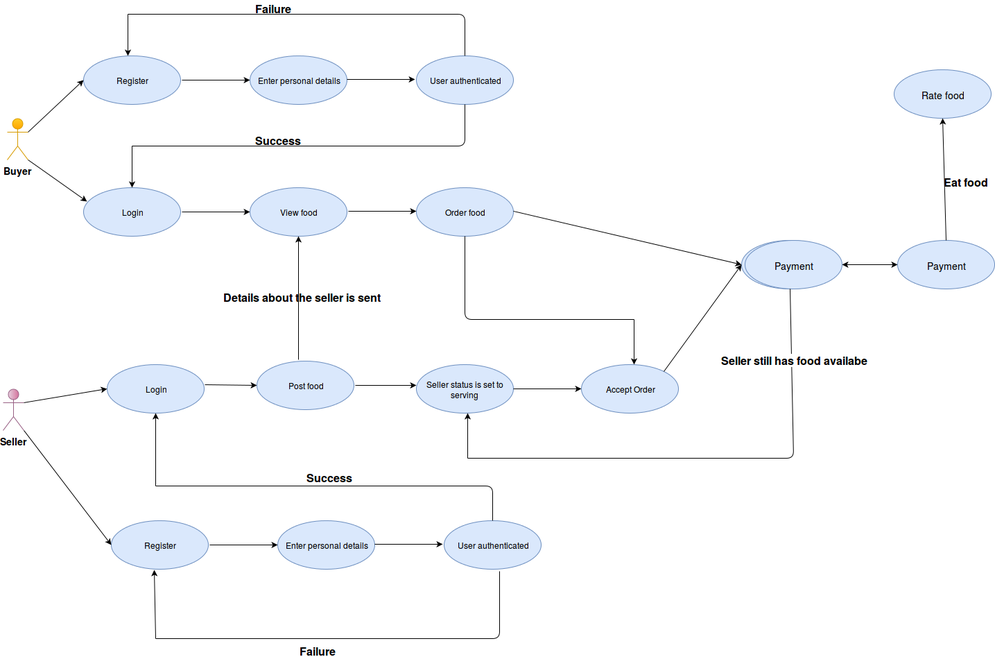
thandomy/foodie keeps this draw.io diagram as Use case.png. Above is the earlier version. Source tidied: cells renumbered, new cells last; positions are measured from the earlier drawing's top-left corner, leaving out a move shared by most shapes.
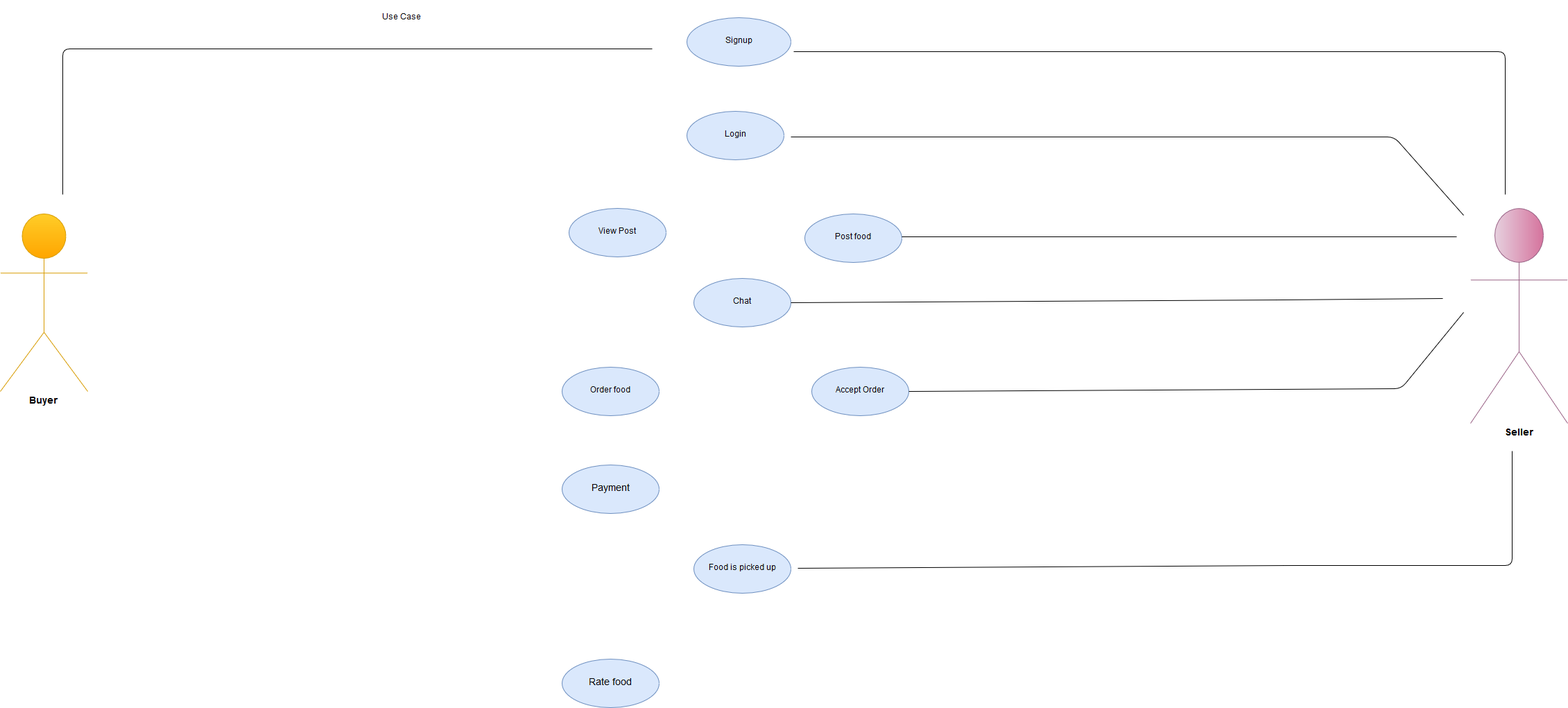
After the change.

Change to the diagram source:
```diff
@@ -3,252 +3,103 @@
     <mxCell id="0" />
     <mxCell id="1" parent="0" />
     <mxCell id="2" value="Buyer" style="shape=umlActor;verticalLabelPosition=bottom;labelBackgroundColor=#ffffff;verticalAlign=top;html=1;fontSize=14;fontStyle=1;fillColor=#ffcd28;strokeColor=#d79b00;gradientColor=#ffa500;" parent="1" vertex="1">
-      <mxGeometry x="6" y="170" width="30" height="60" as="geometry" />
+      <mxGeometry x="-330" y="218" width="126" height="256" as="geometry" />
     </mxCell>
-    <mxCell id="3" value="Seller" style="shape=umlActor;verticalLabelPosition=bottom;labelBackgroundColor=#ffffff;verticalAlign=top;html=1;fontSize=14;fontStyle=1;fillColor=#e6d0de;strokeColor=#996185;gradientColor=#d5739d;gradientDirection=east;" parent="1" vertex="1">
-      <mxGeometry y="560" width="30" height="60" as="geometry" />
-    </mxCell>
-    <mxCell id="4" value="Register" style="ellipse;whiteSpace=wrap;html=1;fillColor=#dae8fc;strokeColor=#6c8ebf;" parent="1" vertex="1">
-      <mxGeometry x="116" y="80" width="140" height="70" as="geometry" />
-    </mxCell>
-    <mxCell id="5" value="Enter personal details" style="ellipse;whiteSpace=wrap;html=1;fillColor=#dae8fc;strokeColor=#6c8ebf;" parent="1" vertex="1">
-      <mxGeometry x="356" y="80" width="140" height="70" as="geometry" />
-    </mxCell>
-    <mxCell id="6" value="User authenticated" style="ellipse;whiteSpace=wrap;html=1;fillColor=#dae8fc;strokeColor=#6c8ebf;" parent="1" vertex="1">
-      <mxGeometry x="596" y="80" width="140" height="70" as="geometry" />
-    </mxCell>
-    <mxCell id="7" value="Login" style="ellipse;whiteSpace=wrap;html=1;fillColor=#dae8fc;strokeColor=#6c8ebf;" parent="1" vertex="1">
-      <mxGeometry x="116" y="270" width="140" height="70" as="geometry" />
-    </mxCell>
-    <mxCell id="8" value="View food" style="ellipse;whiteSpace=wrap;html=1;fillColor=#dae8fc;strokeColor=#6c8ebf;" parent="1" vertex="1">
-      <mxGeometry x="356" y="270" width="140" height="70" as="geometry" />
-    </mxCell>
     <mxCell id="9" value="Order food" style="ellipse;whiteSpace=wrap;html=1;fillColor=#dae8fc;strokeColor=#6c8ebf;" parent="1" vertex="1">
-      <mxGeometry x="596" y="270" width="140" height="70" as="geometry" />
+      <mxGeometry x="480" y="439" width="140" height="70" as="geometry" />
     </mxCell>
-    <mxCell id="10" style="endArrow=classic;html=1;entryX=0;entryY=0.5;" parent="1" edge="1" target="5">
-      <mxGeometry relative="1" as="geometry">
-        <mxPoint x="258" y="115" as="sourcePoint" />
-      </mxGeometry>
-    </mxCell>
-    <mxCell id="11" style="endArrow=classic;html=1;entryX=0;entryY=0.5;" parent="1" edge="1">
-      <mxGeometry relative="1" as="geometry">
-        <mxPoint x="496" y="114" as="sourcePoint" />
-        <mxPoint x="594" y="114" as="targetPoint" />
-      </mxGeometry>
-    </mxCell>
-    <mxCell id="12" style="endArrow=classic;html=1;entryX=0;entryY=0.5;" parent="1" edge="1">
-      <mxGeometry relative="1" as="geometry">
-        <mxPoint x="258" y="305" as="sourcePoint" />
-        <mxPoint x="356" y="305" as="targetPoint" />
-        <Array as="points">
-          <mxPoint x="306" y="305" />
-        </Array>
-      </mxGeometry>
-    </mxCell>
-    <mxCell id="13" style="endArrow=classic;html=1;entryX=0.036;entryY=0.286;exitX=1;exitY=1;exitPerimeter=0;entryPerimeter=0;" parent="1" edge="1" source="2" target="7">
-      <mxGeometry relative="1" as="geometry" />
-    </mxCell>
-    <mxCell id="14" style="endArrow=classic;html=1;entryX=0;entryY=0.5;exitX=1;exitY=0.3333333333333333;exitPerimeter=0;" parent="1" edge="1" source="2" target="4">
-      <mxGeometry relative="1" as="geometry" />
-    </mxCell>
-    <mxCell id="15" style="endArrow=classic;html=1;entryX=0;entryY=0.5;" parent="1" edge="1">
-      <mxGeometry relative="1" as="geometry">
-        <mxPoint x="498" y="304" as="sourcePoint" />
-        <mxPoint x="596" y="304" as="targetPoint" />
-      </mxGeometry>
-    </mxCell>
-    <mxCell id="16" style="endArrow=none;html=1;entryX=0.5;entryY=1;" parent="1" edge="1" target="6">
-      <mxGeometry relative="1" as="geometry">
-        <mxPoint x="186" y="210" as="sourcePoint" />
-        <Array as="points">
-          <mxPoint x="666" y="210" />
-        </Array>
-      </mxGeometry>
-    </mxCell>
     <mxCell id="17" value="Food is picked up" style="ellipse;whiteSpace=wrap;html=1;fillColor=#dae8fc;strokeColor=#6c8ebf;" parent="1" vertex="1">
-      <mxGeometry x="1065" y="346" width="140" height="70" as="geometry" />
+      <mxGeometry x="670" y="695" width="140" height="70" as="geometry" />
     </mxCell>
-    <mxCell id="18" style="endArrow=classic;html=1;entryX=0;entryY=0.5;" parent="1" edge="1" target="17">
-      <mxGeometry relative="1" as="geometry">
-        <mxPoint x="736" y="304" as="sourcePoint" />
-      </mxGeometry>
-    </mxCell>
-    <mxCell id="19" value="Success" style="text;html=1;align=left;verticalAlign=top;spacingTop=-4;fontSize=16;fontStyle=1;" parent="1" vertex="1">
-      <mxGeometry x="362" y="190" width="60" height="20" as="geometry" />
-    </mxCell>
-    <mxCell id="20" style="endArrow=none;html=1;exitX=0.5;exitY=0;" parent="1" edge="1" source="6">
-      <mxGeometry relative="1" as="geometry">
-        <mxPoint x="180" y="20" as="targetPoint" />
-        <Array as="points">
-          <mxPoint x="666" y="20" />
-        </Array>
-      </mxGeometry>
-    </mxCell>
-    <mxCell id="21" style="endArrow=classic;html=1;" parent="1" edge="1">
-      <mxGeometry relative="1" as="geometry">
-        <mxPoint x="180" y="20" as="sourcePoint" />
-        <mxPoint x="180" y="80" as="targetPoint" />
-      </mxGeometry>
-    </mxCell>
-    <mxCell id="22" style="endArrow=classic;html=1;entryX=0.5;entryY=0;" parent="1" edge="1" target="7">
-      <mxGeometry relative="1" as="geometry">
-        <mxPoint x="186" y="210" as="sourcePoint" />
-      </mxGeometry>
-    </mxCell>
-    <mxCell id="23" value="Failure" style="text;html=1;align=left;verticalAlign=top;spacingTop=-4;fontSize=16;fontStyle=1;" parent="1" vertex="1">
-      <mxGeometry x="362" width="50" height="20" as="geometry" />
-    </mxCell>
-    <mxCell id="24" value="Register" style="ellipse;whiteSpace=wrap;html=1;fillColor=#dae8fc;strokeColor=#6c8ebf;" parent="1" vertex="1">
-      <mxGeometry x="156" y="750" width="140" height="70" as="geometry" />
+    <mxCell id="24" value="Signup" style="ellipse;whiteSpace=wrap;html=1;fillColor=#dae8fc;strokeColor=#6c8ebf;" parent="1" vertex="1">
+      <mxGeometry x="660" y="-65" width="150" height="70" as="geometry" />
     </mxCell>
-    <mxCell id="25" value="Enter personal details" style="ellipse;whiteSpace=wrap;html=1;fillColor=#dae8fc;strokeColor=#6c8ebf;" parent="1" vertex="1">
-      <mxGeometry x="396" y="750" width="140" height="70" as="geometry" />
+    <mxCell id="25" value="Chat" style="ellipse;whiteSpace=wrap;html=1;fillColor=#dae8fc;strokeColor=#6c8ebf;" parent="1" vertex="1">
+      <mxGeometry x="670" y="311" width="140" height="70" as="geometry" />
     </mxCell>
-    <mxCell id="26" value="User authenticated" style="ellipse;whiteSpace=wrap;html=1;fillColor=#dae8fc;strokeColor=#6c8ebf;" parent="1" vertex="1">
-      <mxGeometry x="636" y="750" width="140" height="70" as="geometry" />
-    </mxCell>
-    <mxCell id="27" style="endArrow=classic;html=1;entryX=0;entryY=0.5;exitX=1;exitY=1;exitPerimeter=0;" parent="1" edge="1" source="3" target="24">
-      <mxGeometry relative="1" as="geometry" />
-    </mxCell>
-    <mxCell id="28" style="endArrow=classic;html=1;entryX=0;entryY=0.5;" parent="1" edge="1" target="25">
-      <mxGeometry relative="1" as="geometry">
-        <mxPoint x="298" y="785" as="sourcePoint" />
-      </mxGeometry>
-    </mxCell>
-    <mxCell id="29" style="endArrow=classic;html=1;entryX=0;entryY=0.5;" parent="1" edge="1">
-      <mxGeometry relative="1" as="geometry">
-        <mxPoint x="536" y="784" as="sourcePoint" />
-        <mxPoint x="634" y="784" as="targetPoint" />
-      </mxGeometry>
-    </mxCell>
-    <mxCell id="30" value="Failure" style="text;html=1;align=left;verticalAlign=top;spacingTop=-4;fontSize=16;fontStyle=1;" parent="1" vertex="1">
-      <mxGeometry x="426" y="926" width="50" height="20" as="geometry" />
-    </mxCell>
-    <mxCell id="31" style="endArrow=none;html=1;exitX=0.571;exitY=1.043;exitPerimeter=0;" parent="1" edge="1" source="26">
-      <mxGeometry relative="1" as="geometry">
-        <mxPoint x="220" y="920" as="targetPoint" />
-        <Array as="points">
-          <mxPoint x="716" y="920" />
-        </Array>
-      </mxGeometry>
-    </mxCell>
-    <mxCell id="32" style="endArrow=classic;html=1;entryX=0.443;entryY=1.014;entryPerimeter=0;" parent="1" edge="1" target="24">
-      <mxGeometry relative="1" as="geometry">
-        <mxPoint x="220" y="920" as="sourcePoint" />
-      </mxGeometry>
-    </mxCell>
     <mxCell id="33" value="Login" style="ellipse;whiteSpace=wrap;html=1;fillColor=#dae8fc;strokeColor=#6c8ebf;" parent="1" vertex="1">
-      <mxGeometry x="150" y="525" width="140" height="70" as="geometry" />
+      <mxGeometry x="660" y="70" width="140" height="70" as="geometry" />
     </mxCell>
-    <mxCell id="34" style="endArrow=none;html=1;entryX=0.5;entryY=0;" parent="1" edge="1" target="26">
-      <mxGeometry relative="1" as="geometry">
-        <mxPoint x="220" y="700" as="sourcePoint" />
-        <Array as="points">
-          <mxPoint x="706" y="700" />
-        </Array>
-      </mxGeometry>
-    </mxCell>
-    <mxCell id="35" style="endArrow=classic;html=1;entryX=0.5;entryY=1;" parent="1" edge="1" target="33">
-      <mxGeometry relative="1" as="geometry">
-        <mxPoint x="220" y="700" as="sourcePoint" />
-      </mxGeometry>
-    </mxCell>
-    <mxCell id="36" style="endArrow=classic;html=1;exitX=1;exitY=0.3333333333333333;exitPerimeter=0;" parent="1" edge="1" source="3">
-      <mxGeometry relative="1" as="geometry">
-        <mxPoint x="150" y="560" as="targetPoint" />
-      </mxGeometry>
-    </mxCell>
-    <mxCell id="37" value="Success" style="text;html=1;align=left;verticalAlign=top;spacingTop=-4;fontSize=16;fontStyle=1;" parent="1" vertex="1">
-      <mxGeometry x="436" y="676" width="60" height="20" as="geometry" />
-    </mxCell>
     <mxCell id="38" value="Post food" style="ellipse;whiteSpace=wrap;html=1;fillColor=#dae8fc;strokeColor=#6c8ebf;" parent="1" vertex="1">
-      <mxGeometry x="366" y="520" width="140" height="70" as="geometry" />
+      <mxGeometry x="830" y="218" width="140" height="70" as="geometry" />
     </mxCell>
-    <mxCell id="39" value="Seller status is set to serving" style="ellipse;whiteSpace=wrap;html=1;fillColor=#dae8fc;strokeColor=#6c8ebf;" parent="1" vertex="1">
-      <mxGeometry x="596" y="525" width="140" height="70" as="geometry" />
-    </mxCell>
-    <mxCell id="40" style="endArrow=classic;html=1;exitX=1.007;exitY=0.414;entryX=0;entryY=0.5;exitPerimeter=0;" parent="1" edge="1" source="33" target="38">
-      <mxGeometry relative="1" as="geometry" />
-    </mxCell>
-    <mxCell id="41" style="endArrow=classic;html=1;" parent="1" edge="1">
-      <mxGeometry relative="1" as="geometry">
-        <mxPoint x="508" y="555" as="sourcePoint" />
-        <mxPoint x="596" y="555" as="targetPoint" />
-      </mxGeometry>
-    </mxCell>
-    <mxCell id="42" style="endArrow=classic;html=1;entryX=0.5;entryY=1;" parent="1" edge="1" target="8">
-      <mxGeometry relative="1" as="geometry">
-        <mxPoint x="426" y="518" as="sourcePoint" />
-      </mxGeometry>
-    </mxCell>
-    <mxCell id="43" style="endArrow=classic;html=1;entryX=0;entryY=0.5;" parent="1" edge="1" target="44">
-      <mxGeometry relative="1" as="geometry">
-        <mxPoint x="736" y="560" as="sourcePoint" />
-      </mxGeometry>
-    </mxCell>
+    <mxCell id="51" value="Payment" style="ellipse;whiteSpace=wrap;html=1;strokeWidth=1;fontSize=14;fillColor=#dae8fc;strokeColor=#6c8ebf;" parent="1" vertex="1">
+      <mxGeometry x="480" y="580" width="140" height="70" as="geometry" />
+    </mxCell>
+    <mxCell id="56" value="Rate food" style="ellipse;whiteSpace=wrap;html=1;strokeWidth=1;fontSize=14;fillColor=#dae8fc;strokeColor=#6c8ebf;" parent="1" vertex="1">
+      <mxGeometry x="480" y="860" width="140" height="70" as="geometry" />
+    </mxCell>
+    <mxCell id="3" value="Seller" style="shape=umlActor;verticalLabelPosition=bottom;labelBackgroundColor=#ffffff;verticalAlign=top;html=1;fontSize=14;fontStyle=1;fillColor=#e6d0de;strokeColor=#996185;gradientColor=#d5739d;gradientDirection=east;" parent="1" vertex="1">
+      <mxGeometry x="1790" y="210" width="140" height="310" as="geometry" />
+    </mxCell>
+    <mxCell id="59" value="Use Case" style="text;html=1;strokeColor=none;fillColor=none;align=center;verticalAlign=middle;whiteSpace=wrap;rounded=0;" parent="1" vertex="1">
+      <mxGeometry x="166" y="-90" width="164" height="50" as="geometry" />
+    </mxCell>
+    <mxCell id="60" value="View Post" style="ellipse;whiteSpace=wrap;html=1;fillColor=#dae8fc;strokeColor=#6c8ebf;" parent="1" vertex="1">
+      <mxGeometry x="490" y="210" width="140" height="70" as="geometry" />
+    </mxCell>
     <mxCell id="44" value="Accept Order" style="ellipse;whiteSpace=wrap;html=1;fillColor=#dae8fc;strokeColor=#6c8ebf;" parent="1" vertex="1">
-      <mxGeometry x="834" y="525" width="140" height="70" as="geometry" />
+      <mxGeometry x="840" y="439" width="140" height="70" as="geometry" />
     </mxCell>
-    <mxCell id="45" style="endArrow=none;html=1;entryX=0.5;entryY=1;" parent="1" edge="1" target="9">
-      <mxGeometry relative="1" as="geometry">
-        <mxPoint x="910" y="460" as="sourcePoint" />
-        <Array as="points">
-          <mxPoint x="666" y="460" />
-        </Array>
-      </mxGeometry>
-    </mxCell>
-    <mxCell id="46" style="endArrow=classic;html=1;" parent="1" edge="1">
-      <mxGeometry relative="1" as="geometry">
-        <mxPoint x="910" y="460" as="sourcePoint" />
-        <mxPoint x="910" y="525" as="targetPoint" />
-      </mxGeometry>
-    </mxCell>
-    <mxCell id="47" value="Details about the seller is sent" style="text;html=1;align=left;verticalAlign=top;spacingTop=-4;rotation=0;strokeWidth=3;fontSize=16;fontStyle=1;" parent="1" vertex="1">
-      <mxGeometry x="316" y="416" width="180" height="20" as="geometry" />
-    </mxCell>
-    <mxCell id="48" style="endArrow=classic;html=1;fontSize=14;exitX=1;exitY=0;entryX=0;entryY=0.5;" parent="1" edge="1" source="44" target="17">
-      <mxGeometry relative="1" as="geometry" />
-    </mxCell>
-    <mxCell id="49" style="endArrow=classic;html=1;fontSize=14;exitX=1;exitY=0.5;" parent="1" edge="1" source="17">
-      <mxGeometry relative="1" as="geometry">
-        <mxPoint x="1290" y="381" as="targetPoint" />
-      </mxGeometry>
-    </mxCell>
-    <mxCell id="50" style="edgeStyle=orthogonalEdgeStyle;rounded=0;html=1;jettySize=auto;fontSize=14;" parent="1" edge="1" source="51" target="52">
-      <mxGeometry relative="1" as="geometry" />
-    </mxCell>
-    <mxCell id="51" value="Payment" style="ellipse;whiteSpace=wrap;html=1;strokeWidth=1;fontSize=14;fillColor=#dae8fc;strokeColor=#6c8ebf;" parent="1" vertex="1">
-      <mxGeometry x="1290" y="346" width="140" height="70" as="geometry" />
-    </mxCell>
-    <mxCell id="52" value="Payment" style="ellipse;whiteSpace=wrap;html=1;strokeWidth=1;fontSize=14;fillColor=#dae8fc;strokeColor=#6c8ebf;" parent="1" vertex="1">
-      <mxGeometry x="1070" y="346" width="140" height="70" as="geometry" />
-    </mxCell>
-    <mxCell id="53" style="endArrow=none;html=1;fontSize=14;entryX=0.5;entryY=1;" parent="1" edge="1" target="17">
-      <mxGeometry relative="1" as="geometry">
-        <mxPoint x="670" y="660" as="sourcePoint" />
-        <Array as="points">
-          <mxPoint x="1140" y="660" />
-        </Array>
-      </mxGeometry>
-    </mxCell>
-    <mxCell id="54" value="Seller still has food availabe" style="text;html=1;align=center;verticalAlign=middle;labelBackgroundColor=#ffffff;fontSize=16;fontStyle=1;" parent="53" vertex="1">
-      <mxGeometry x="0.71" y="-4" relative="1" as="geometry" />
-    </mxCell>
-    <mxCell id="55" style="endArrow=classic;html=1;fontSize=14;" parent="1" edge="1">
-      <mxGeometry relative="1" as="geometry">
-        <mxPoint x="670" y="660" as="sourcePoint" />
-        <mxPoint x="670" y="595" as="targetPoint" />
-      </mxGeometry>
-    </mxCell>
-    <mxCell id="56" value="Rate food" style="ellipse;whiteSpace=wrap;html=1;strokeWidth=1;fontSize=14;fillColor=#dae8fc;strokeColor=#6c8ebf;" parent="1" vertex="1">
-      <mxGeometry x="1285" y="100" width="140" height="70" as="geometry" />
-    </mxCell>
-    <mxCell id="57" value="Eat food" style="text;html=1;align=left;verticalAlign=top;spacingTop=-4;fontSize=16;fontStyle=1;" parent="1" vertex="1">
-      <mxGeometry x="1355" y="250" width="70" height="20" as="geometry" />
-    </mxCell>
-    <mxCell id="58" style="endArrow=classic;html=1;fontSize=14;entryX=0.5;entryY=1;exitX=0.5;exitY=0;" parent="1" edge="1" source="51" target="56">
-      <mxGeometry relative="1" as="geometry" />
-    </mxCell>
+    <mxCell id="61" style="endArrow=none;html=1;exitX=1.027;exitY=0.7;exitPerimeter=0;" parent="1" edge="1" source="24">
+      <mxGeometry relative="1" as="geometry">
+        <mxPoint x="1840" y="190" as="targetPoint" />
+        <Array as="points">
+          <mxPoint x="1840" y="-16" />
+        </Array>
+      </mxGeometry>
+    </mxCell>
+    <mxCell id="62" style="endArrow=none;html=1;exitX=1.027;exitY=0.7;exitPerimeter=0;" parent="1" edge="1">
+      <mxGeometry relative="1" as="geometry">
+        <mxPoint x="810" y="107" as="sourcePoint" />
+        <mxPoint x="1780" y="220" as="targetPoint" />
+        <Array as="points">
+          <mxPoint x="1680" y="107" />
+        </Array>
+      </mxGeometry>
+    </mxCell>
+    <mxCell id="63" style="endArrow=none;html=1;exitX=1.027;exitY=0.7;exitPerimeter=0;" parent="1" edge="1">
+      <mxGeometry relative="1" as="geometry">
+        <mxPoint x="970" y="251" as="sourcePoint" />
+        <mxPoint x="1770" y="251" as="targetPoint" />
+      </mxGeometry>
+    </mxCell>
+    <mxCell id="64" style="endArrow=none;html=1;exitX=1.027;exitY=0.7;exitPerimeter=0;" parent="1" edge="1">
+      <mxGeometry relative="1" as="geometry">
+        <mxPoint x="980" y="474" as="sourcePoint" />
+        <mxPoint x="1780" y="360" as="targetPoint" />
+        <Array as="points">
+          <mxPoint x="1690" y="470" />
+        </Array>
+      </mxGeometry>
+    </mxCell>
+    <mxCell id="65" style="endArrow=none;html=1;exitX=1.027;exitY=0.7;exitPerimeter=0;" parent="1" edge="1">
+      <mxGeometry relative="1" as="geometry">
+        <mxPoint x="810" y="346" as="sourcePoint" />
+        <mxPoint x="1750" y="340" as="targetPoint" />
+        <Array as="points">
+          <mxPoint x="1520" y="342" />
+        </Array>
+      </mxGeometry>
+    </mxCell>
+    <mxCell id="66" style="endArrow=none;html=1;exitX=1.027;exitY=0.7;exitPerimeter=0;" parent="1" edge="1">
+      <mxGeometry relative="1" as="geometry">
+        <mxPoint x="820" y="729" as="sourcePoint" />
+        <mxPoint x="1850" y="560" as="targetPoint" />
+        <Array as="points">
+          <mxPoint x="1530" y="725" />
+          <mxPoint x="1850" y="725" />
+        </Array>
+      </mxGeometry>
+    </mxCell>
+    <mxCell id="67" style="endArrow=none;html=1;" parent="1" edge="1">
+      <mxGeometry relative="1" as="geometry">
+        <mxPoint x="-240" y="190" as="sourcePoint" />
+        <mxPoint x="610" y="-20" as="targetPoint" />
+        <Array as="points">
+          <mxPoint x="-240" y="-20" />
+        </Array>
+      </mxGeometry>
+    </mxCell>
   </root>
 </mxGraphModel>
```
